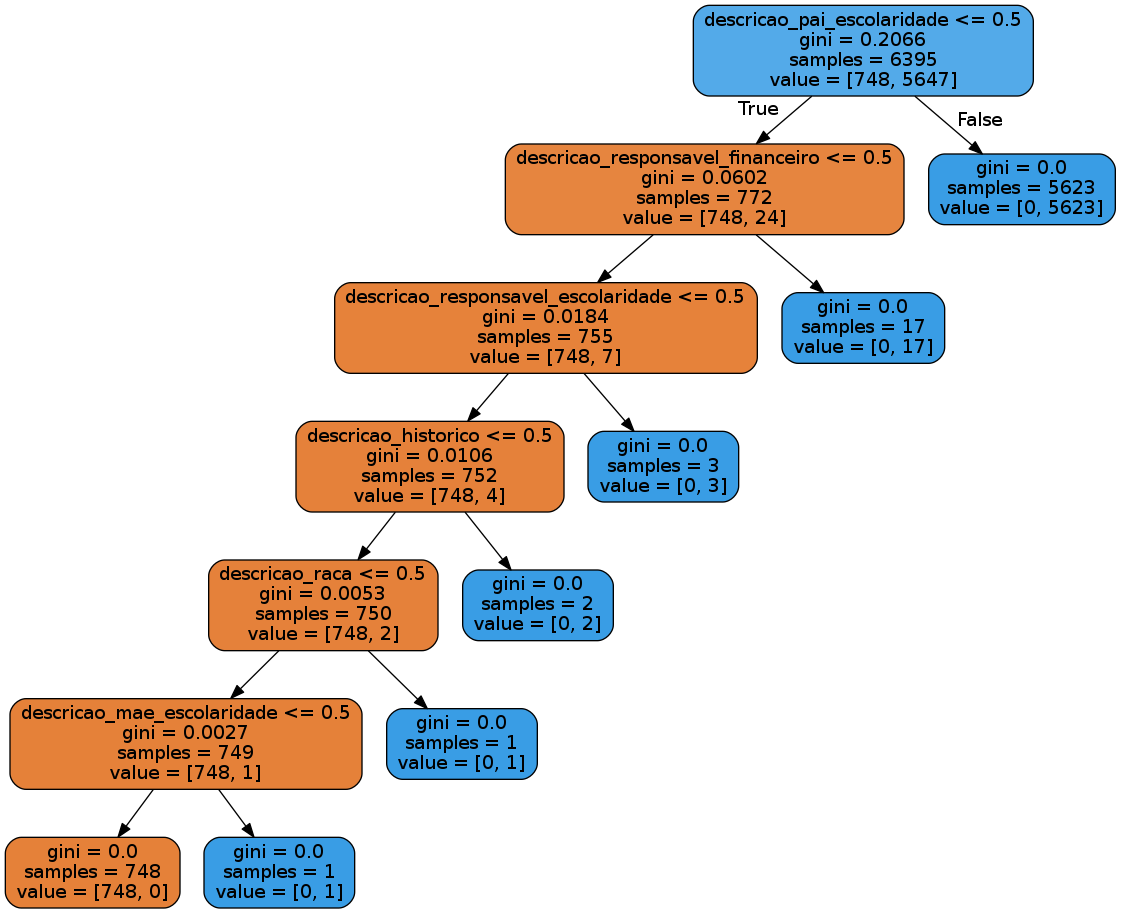
Before: tree.png, a diagram exported from Graphviz (tmedeirosb/modelo_ifrn_integrado). Its source is kept beside it as tree.dot. Source of this version:
```dot
digraph Tree {
node [shape=box, style="filled, rounded", color="black", fontname=helvetica] ;
edge [fontname=helvetica] ;
0 [label="descricao_pai_escolaridade <= 0.5\ngini = 0.2066\nsamples = 6395\nvalue = [748, 5647]", fillcolor="#399de5dd"] ;
1 [label="descricao_responsavel_financeiro <= 0.5\ngini = 0.0602\nsamples = 772\nvalue = [748, 24]", fillcolor="#e58139f7"] ;
0 -> 1 [labeldistance=2.5, labelangle=45, headlabel="True"] ;
2 [label="descricao_responsavel_escolaridade <= 0.5\ngini = 0.0184\nsamples = 755\nvalue = [748, 7]", fillcolor="#e58139fd"] ;
1 -> 2 ;
3 [label="descricao_historico <= 0.5\ngini = 0.0106\nsamples = 752\nvalue = [748, 4]", fillcolor="#e58139fe"] ;
2 -> 3 ;
4 [label="descricao_raca <= 0.5\ngini = 0.0053\nsamples = 750\nvalue = [748, 2]", fillcolor="#e58139fe"] ;
3 -> 4 ;
5 [label="descricao_mae_escolaridade <= 0.5\ngini = 0.0027\nsamples = 749\nvalue = [748, 1]", fillcolor="#e58139ff"] ;
4 -> 5 ;
6 [label="gini = 0.0\nsamples = 748\nvalue = [748, 0]", fillcolor="#e58139ff"] ;
5 -> 6 ;
7 [label="gini = 0.0\nsamples = 1\nvalue = [0, 1]", fillcolor="#399de5ff"] ;
5 -> 7 ;
8 [label="gini = 0.0\nsamples = 1\nvalue = [0, 1]", fillcolor="#399de5ff"] ;
4 -> 8 ;
9 [label="gini = 0.0\nsamples = 2\nvalue = [0, 2]", fillcolor="#399de5ff"] ;
3 -> 9 ;
10 [label="gini = 0.0\nsamples = 3\nvalue = [0, 3]", fillcolor="#399de5ff"] ;
2 -> 10 ;
11 [label="gini = 0.0\nsamples = 17\nvalue = [0, 17]", fillcolor="#399de5ff"] ;
1 -> 11 ;
12 [label="gini = 0.0\nsamples = 5623\nvalue = [0, 5623]", fillcolor="#399de5ff"] ;
0 -> 12 [labeldistance=2.5, labelangle=-45, headlabel="False"] ;
}
```
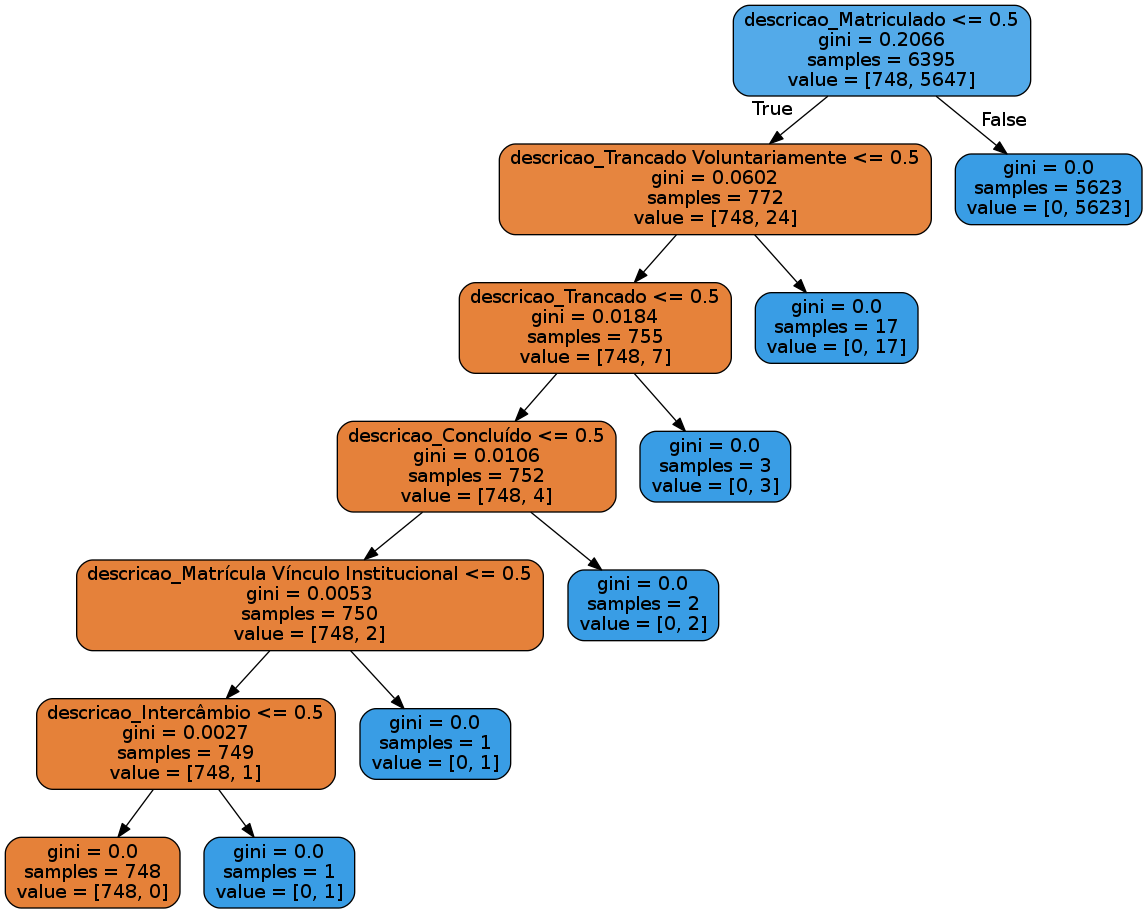
Above is the later version.

The edit, as a diff of the source:
```diff
@@ -1,16 +1,16 @@
 digraph Tree {
 node [shape=box, style="filled, rounded", color="black", fontname=helvetica] ;
 edge [fontname=helvetica] ;
-0 [label="descricao_pai_escolaridade <= 0.5\ngini = 0.2066\nsamples = 6395\nvalue = [748, 5647]", fillcolor="#399de5dd"] ;
-1 [label="descricao_responsavel_financeiro <= 0.5\ngini = 0.0602\nsamples = 772\nvalue = [748, 24]", fillcolor="#e58139f7"] ;
+0 [label="descricao_Matriculado <= 0.5\ngini = 0.2066\nsamples = 6395\nvalue = [748, 5647]", fillcolor="#399de5dd"] ;
+1 [label="descricao_Trancado Voluntariamente <= 0.5\ngini = 0.0602\nsamples = 772\nvalue = [748, 24]", fillcolor="#e58139f7"] ;
 0 -> 1 [labeldistance=2.5, labelangle=45, headlabel="True"] ;
-2 [label="descricao_responsavel_escolaridade <= 0.5\ngini = 0.0184\nsamples = 755\nvalue = [748, 7]", fillcolor="#e58139fd"] ;
+2 [label="descricao_Trancado <= 0.5\ngini = 0.0184\nsamples = 755\nvalue = [748, 7]", fillcolor="#e58139fd"] ;
 1 -> 2 ;
-3 [label="descricao_historico <= 0.5\ngini = 0.0106\nsamples = 752\nvalue = [748, 4]", fillcolor="#e58139fe"] ;
+3 [label="descricao_Concluído <= 0.5\ngini = 0.0106\nsamples = 752\nvalue = [748, 4]", fillcolor="#e58139fe"] ;
 2 -> 3 ;
-4 [label="descricao_raca <= 0.5\ngini = 0.0053\nsamples = 750\nvalue = [748, 2]", fillcolor="#e58139fe"] ;
+4 [label="descricao_Matrícula Vínculo Institucional <= 0.5\ngini = 0.0053\nsamples = 750\nvalue = [748, 2]", fillcolor="#e58139fe"] ;
 3 -> 4 ;
-5 [label="descricao_mae_escolaridade <= 0.5\ngini = 0.0027\nsamples = 749\nvalue = [748, 1]", fillcolor="#e58139ff"] ;
+5 [label="descricao_Intercâmbio <= 0.5\ngini = 0.0027\nsamples = 749\nvalue = [748, 1]", fillcolor="#e58139ff"] ;
 4 -> 5 ;
 6 [label="gini = 0.0\nsamples = 748\nvalue = [748, 0]", fillcolor="#e58139ff"] ;
 5 -> 6 ;
```
